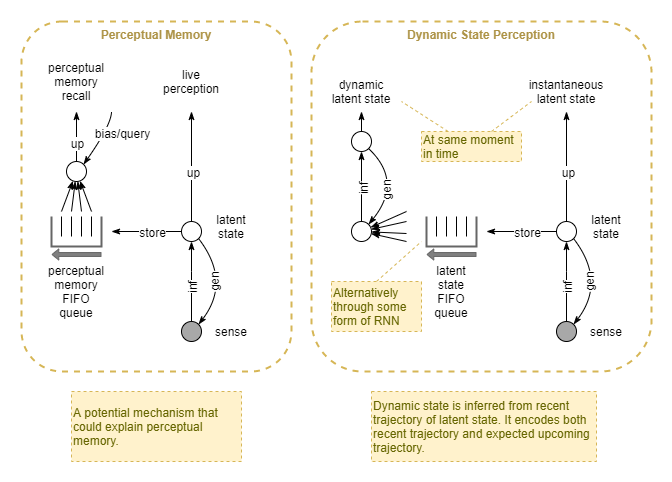
The draw.io diagram files/Focusing-on-the-why-dynamic-state.png in malcolmlett/malcolmlett.github.io, before a commit. Source tidied: cells renumbered, new cells last; positions are measured from the earlier drawing's top-left corner, leaving out a move shared by most shapes.
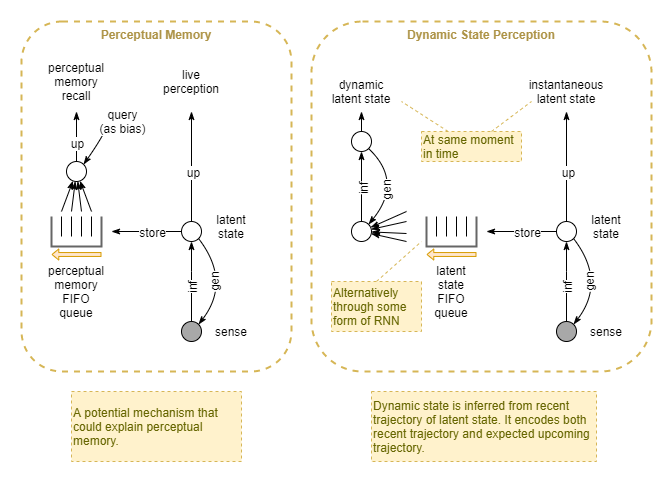
Later version of the same file.

Commit message:
Focusing on the why

Change to the diagram source:
```diff
@@ -98,7 +98,7 @@
         </Array>
       </mxGeometry>
     </mxCell>
-    <mxCell id="22" style="shape=flexArrow;endArrow=classic;html=1;shadow=0;strokeWidth=1;fontSize=12;width=3.875968992248062;endSize=1.9224806201550388;endWidth=6.211165194399375;strokeColor=#666666;fillColor=#808080;" parent="1" edge="1">
+    <mxCell id="22" style="shape=flexArrow;endArrow=classic;html=1;shadow=0;strokeWidth=1;fontSize=12;width=3.875968992248062;endSize=1.9224806201550388;endWidth=6.211165194399375;strokeColor=#d79b00;fillColor=#ffe6cc;" parent="1" edge="1">
       <mxGeometry relative="1" as="geometry">
         <mxPoint x="80" y="233" as="sourcePoint" />
         <mxPoint x="30" y="233" as="targetPoint" />
@@ -145,9 +145,9 @@
         </Array>
       </mxGeometry>
     </mxCell>
-    <mxCell id="31" value="bias/query" style="edgeLabel;html=1;align=center;verticalAlign=middle;fontSize=12;rotation=0;" parent="30" vertex="1">
+    <mxCell id="31" value="query&lt;br&gt;(as bias)" style="edgeLabel;html=1;align=center;verticalAlign=middle;fontSize=12;rotation=0;" parent="30" vertex="1">
       <mxGeometry x="0.2" y="1" relative="1" as="geometry">
-        <mxPoint x="23" y="-12.2" as="offset" />
+        <mxPoint x="23" y="-23.2" as="offset" />
       </mxGeometry>
     </mxCell>
     <mxCell id="32" value="perceptual&lt;br&gt;memory&lt;br&gt;FIFO&lt;br&gt;queue" style="text;html=1;strokeColor=none;fillColor=none;align=center;verticalAlign=middle;whiteSpace=wrap;rounded=0;labelBackgroundColor=none;fontSize=12;" parent="1" vertex="1">
@@ -252,7 +252,7 @@
         </Array>
       </mxGeometry>
     </mxCell>
-    <mxCell id="54" style="shape=flexArrow;endArrow=classic;html=1;shadow=0;strokeWidth=1;fontSize=12;width=3.875968992248062;endSize=1.9224806201550388;endWidth=6.211165194399375;strokeColor=#666666;fillColor=#808080;" parent="1" edge="1">
+    <mxCell id="54" style="shape=flexArrow;endArrow=classic;html=1;shadow=0;strokeWidth=1;fontSize=12;width=3.875968992248062;endSize=1.9224806201550388;endWidth=6.211165194399375;strokeColor=#d79b00;fillColor=#ffe6cc;" parent="1" edge="1">
       <mxGeometry relative="1" as="geometry">
         <mxPoint x="455" y="233" as="sourcePoint" />
         <mxPoint x="405" y="233" as="targetPoint" />
```
